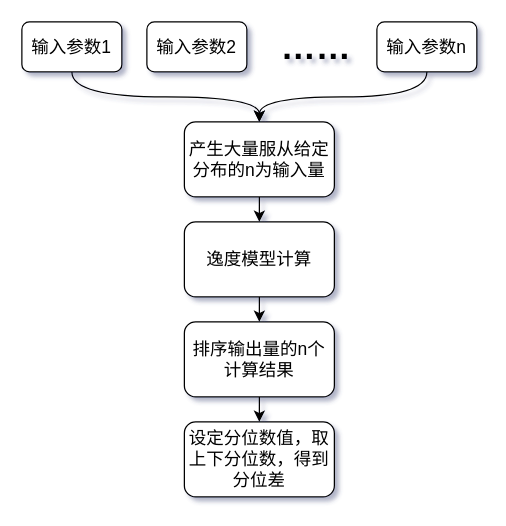
Before: 不确定度求解.drawio in WhItEG-bit/-, a draw.io diagram. Source tidied: cells renumbered, new cells numbered last; positions are measured from the earlier drawing's top-left corner, leaving out a move shared by most shapes. Both pictures are drawn from the tidied source at 125%, with x=0, y=0 at pixel (21, 21).
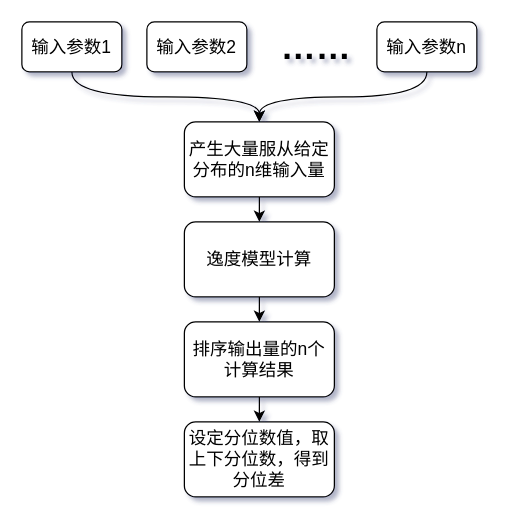
The same page after the edit.

Commit message:
不确定度求解.drawio

The edit, as a diff of the source:
```diff
@@
 <mxGraphModel shadow="1">
   <root>
     <mxCell id="0" />
     <mxCell id="1" parent="0" />
     <mxCell id="2" style="edgeStyle=orthogonalEdgeStyle;jettySize=auto;html=1;exitX=0.5;exitY=1;exitDx=0;exitDy=0;entryX=0.5;entryY=0;entryDx=0;entryDy=0;fontSize=14;curved=1;" parent="1" edge="1" source="3" target="9">
       <mxGeometry relative="1" as="geometry" />
     </mxCell>
     <mxCell id="3" value="输入参数1" style="whiteSpace=wrap;html=1;fontSize=14;rounded=1;" parent="1" vertex="1">
       <mxGeometry width="80" height="40" as="geometry" />
     </mxCell>
     <mxCell id="4" value="输入参数2" style="whiteSpace=wrap;html=1;fontSize=14;rounded=1;" parent="1" vertex="1">
       <mxGeometry x="100" width="80" height="40" as="geometry" />
     </mxCell>
     <mxCell id="5" style="edgeStyle=orthogonalEdgeStyle;jettySize=auto;html=1;exitX=0.5;exitY=1;exitDx=0;exitDy=0;entryX=0.5;entryY=0;entryDx=0;entryDy=0;fontSize=14;curved=1;" parent="1" edge="1" source="6" target="9">
       <mxGeometry relative="1" as="geometry" />
     </mxCell>
     <mxCell id="6" value="输入参数n" style="whiteSpace=wrap;html=1;fontSize=14;rounded=1;" parent="1" vertex="1">
       <mxGeometry x="284" width="80" height="40" as="geometry" />
     </mxCell>
     <mxCell id="7" value="……" style="text;html=1;align=center;verticalAlign=middle;fillColor=none;strokeColor=none;fontStyle=1;fontSize=28;rounded=1;" parent="1" vertex="1">
       <mxGeometry x="200" width="70" height="40" as="geometry" />
     </mxCell>
     <mxCell id="8" style="edgeStyle=orthogonalEdgeStyle;jettySize=auto;html=1;exitX=0.5;exitY=1;exitDx=0;exitDy=0;entryX=0.5;entryY=0;entryDx=0;entryDy=0;fontSize=14;curved=1;" parent="1" edge="1" source="9" target="11">
       <mxGeometry relative="1" as="geometry" />
     </mxCell>
-    <mxCell id="9" value="产生大量服从给定分布的n为输入量" style="whiteSpace=wrap;html=1;fontSize=14;rounded=1;" parent="1" vertex="1">
+    <mxCell id="9" value="产生大量服从给定分布的n维输入量" style="whiteSpace=wrap;html=1;fontSize=14;rounded=1;" parent="1" vertex="1">
       <mxGeometry x="130" y="80" width="120" height="60" as="geometry" />
     </mxCell>
     <mxCell id="10" style="edgeStyle=orthogonalEdgeStyle;jettySize=auto;html=1;exitX=0.5;exitY=1;exitDx=0;exitDy=0;entryX=0.5;entryY=0;entryDx=0;entryDy=0;fontSize=14;curved=1;" parent="1" edge="1" source="11" target="13">
       <mxGeometry relative="1" as="geometry" />
     </mxCell>
     <mxCell id="11" value="逸度模型计算" style="whiteSpace=wrap;html=1;fontSize=14;rounded=1;" parent="1" vertex="1">
       <mxGeometry x="130" y="160" width="120" height="60" as="geometry" />
     </mxCell>
     <mxCell id="12" style="edgeStyle=orthogonalEdgeStyle;jettySize=auto;html=1;exitX=0.5;exitY=1;exitDx=0;exitDy=0;entryX=0.5;entryY=0;entryDx=0;entryDy=0;fontSize=14;curved=1;" parent="1" edge="1" source="13" target="14">
       <mxGeometry relative="1" as="geometry" />
     </mxCell>
     <mxCell id="13" value="排序输出量的n个计算结果" style="whiteSpace=wrap;html=1;fontSize=14;rounded=1;" parent="1" vertex="1">
       <mxGeometry x="130" y="240" width="120" height="60" as="geometry" />
     </mxCell>
     <mxCell id="14" value="设定分位数值，取上下分位数，得到分位差" style="whiteSpace=wrap;html=1;fontSize=14;rounded=1;" parent="1" vertex="1">
       <mxGeometry x="130" y="320" width="120" height="60" as="geometry" />
     </mxCell>
   </root>
 </mxGraphModel>
```
